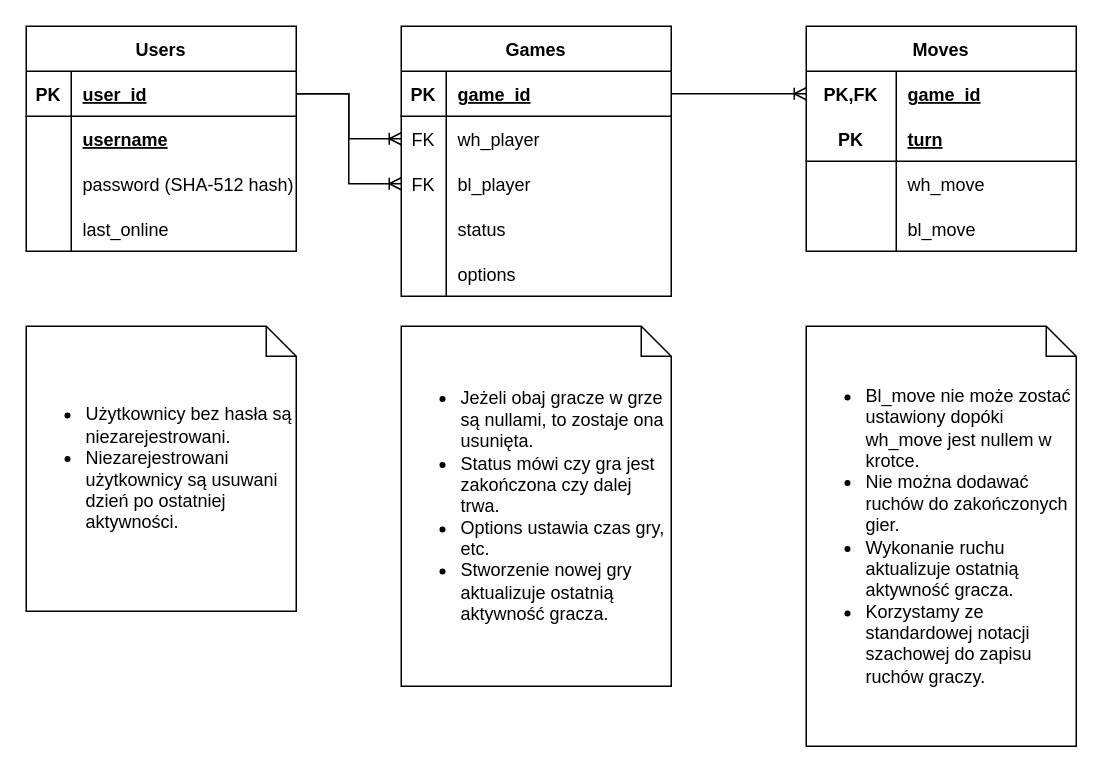
Earlier version of the draw.io diagram Documentation/DBDiagram.drawio (gaudyn/Chess-platform). Source tidied: cells renumbered, new cells numbered last; positions are measured from the earlier drawing's top-left corner, leaving out a move shared by most shapes. Both pictures are drawn from the tidied source at 150%, with x=0, y=0 at pixel (26, 26).
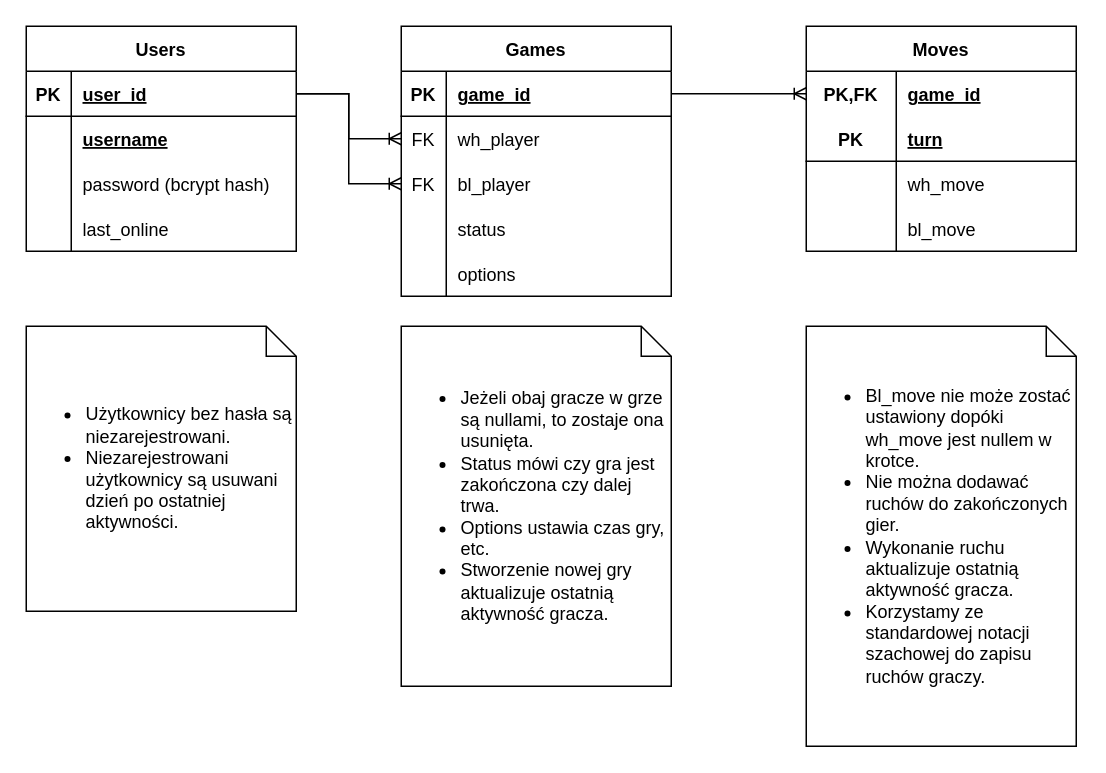
After the change.

Commit message (it also covers changes not shown here):
Change password length to 60 characters

The change refers to these unchanged cells:
```xml
<mxCell id="9" style="shape=partialRectangle;fillColor=none;top=0;left=0;bottom=0;right=0;" parent="2" vertex="1">
  <mxGeometry y="90" width="180" height="30" as="geometry" />
</mxCell>
```

What changed in the source:
```diff
@@
-    <mxCell id="11" value="password (SHA-512 hash)" style="shape=partialRectangle;fillColor=none;top=0;left=0;bottom=0;right=0;align=left;spacingLeft=6;overflow=hidden;" parent="9" vertex="1">
+    <mxCell id="11" value="password (bcrypt hash)" style="shape=partialRectangle;fillColor=none;top=0;left=0;bottom=0;right=0;align=left;spacingLeft=6;overflow=hidden;" parent="9" vertex="1">
       <mxGeometry x="30" width="150" height="30" as="geometry" />
     </mxCell>
```
